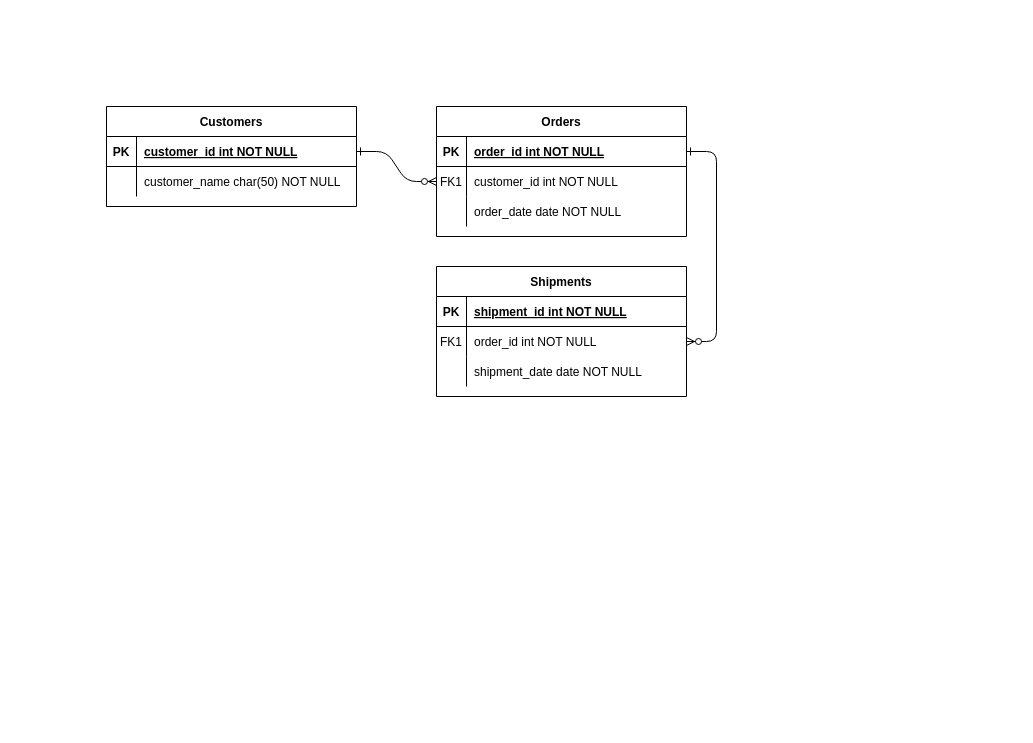
Earlier version of the draw.io diagram Unbenanntes Diagramm.drawio (A13k5-5/CodeProfesseur). Source tidied: cells renumbered, new cells numbered last; positions are measured from the earlier drawing's top-left corner, leaving out a move shared by most shapes. Both pictures are drawn from the tidied source at 100%, with x=0, y=0 at pixel (106, 106).
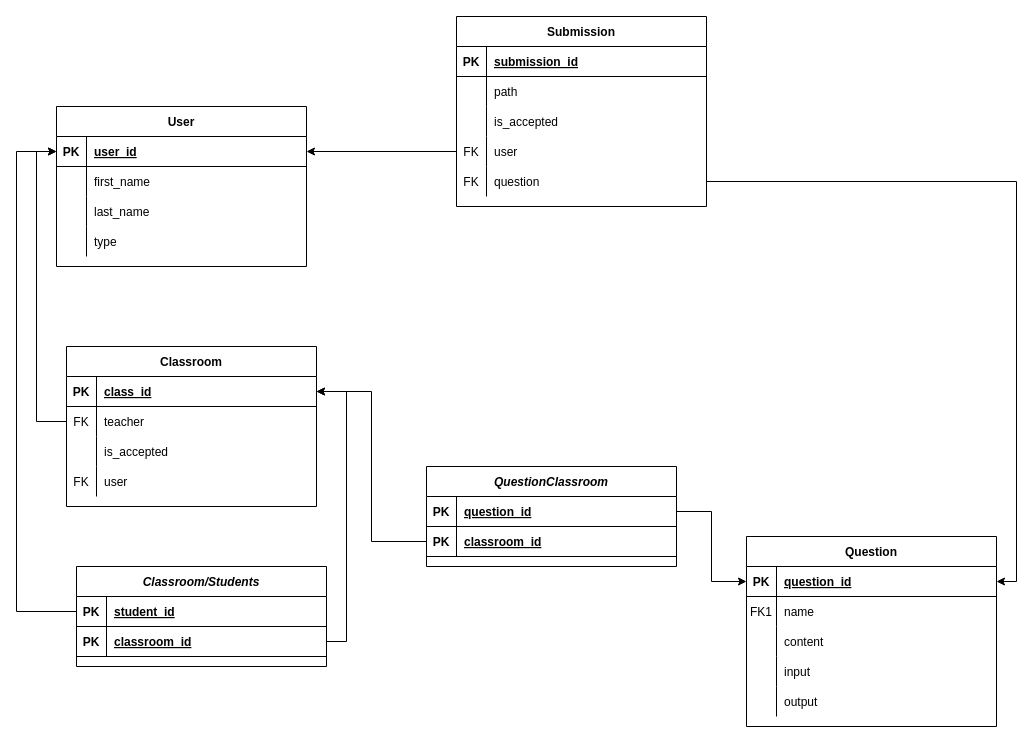
The same diagram, later.

Unchanged cells that the change refers to:
```xml
<mxCell id="5" style="shape=partialRectangle;fillColor=none;points=[[0,0.5],[1,0.5]];portConstraint=eastwest;top=0;left=0;right=0;bottom=1;" parent="4" vertex="1">
  <mxGeometry y="30" width="250" height="30" as="geometry" />
</mxCell>
<mxCell id="8" style="shape=partialRectangle;fillColor=none;points=[[0,0.5],[1,0.5]];portConstraint=eastwest;top=0;left=0;right=0;bottom=0;" parent="4" vertex="1">
  <mxGeometry y="60" width="250" height="30" as="geometry" />
</mxCell>
<mxCell id="11" style="shape=partialRectangle;fillColor=none;top=0;left=0;right=0;bottom=0;" parent="4" vertex="1">
  <mxGeometry y="90" width="250" height="30" as="geometry" />
</mxCell>
<mxCell id="15" style="shape=partialRectangle;fillColor=none;top=0;left=0;right=0;bottom=1;" parent="14" vertex="1">
  <mxGeometry y="30" width="250" height="30" as="geometry" />
</mxCell>
<mxCell id="18" style="shape=partialRectangle;fillColor=none;points=[[0,0.5],[1,0.5]];portConstraint=eastwest;top=0;left=0;right=0;bottom=0;" parent="14" vertex="1">
  <mxGeometry y="60" width="250" height="30" as="geometry" />
</mxCell>
<mxCell id="21" style="shape=partialRectangle;fillColor=none;top=0;left=0;right=0;bottom=0;" parent="14" vertex="1">
  <mxGeometry y="90" width="250" height="30" as="geometry" />
</mxCell>
<mxCell id="25" style="shape=partialRectangle;fillColor=none;points=[[0,0.5],[1,0.5]];portConstraint=eastwest;top=0;left=0;right=0;bottom=1;" parent="24" vertex="1">
  <mxGeometry y="30" width="250" height="30" as="geometry" />
</mxCell>
<mxCell id="28" style="shape=partialRectangle;fillColor=none;top=0;left=0;right=0;bottom=0;" parent="24" vertex="1">
  <mxGeometry y="60" width="250" height="30" as="geometry" />
</mxCell>
```

Change to the diagram source:
```diff
@@
-    <mxCell id="2" style="edgeStyle=entityRelationEdgeStyle;endArrow=ERzeroToMany;startArrow=ERone;endFill=1;startFill=0;" parent="1" edge="1" source="25" target="8">
-      <mxGeometry relative="1" as="geometry" />
-    </mxCell>
-    <mxCell id="3" style="edgeStyle=entityRelationEdgeStyle;endArrow=ERzeroToMany;startArrow=ERone;endFill=1;startFill=0;" parent="1" edge="1" source="5" target="18">
-      <mxGeometry relative="1" as="geometry" />
-    </mxCell>
-    <mxCell id="4" value="Orders" style="shape=table;startSize=30;childLayout=tableLayout;rowLines=0;fontStyle=1;align=center;" parent="1" vertex="1">
-      <mxGeometry x="330" width="250" height="130" as="geometry" />
+    <mxCell id="4" value="Question" style="shape=table;startSize=30;childLayout=tableLayout;rowLines=0;fontStyle=1;align=center;" parent="1" vertex="1">
+      <mxGeometry x="640" y="430" width="250" height="190" as="geometry" />
     </mxCell>
@@
-    <mxCell id="7" value="order_id int NOT NULL " style="shape=partialRectangle;overflow=hidden;fillColor=none;top=0;left=0;bottom=0;right=0;align=left;spacingLeft=6;fontStyle=5;" parent="5" vertex="1">
+    <mxCell id="7" value="question_id" style="shape=partialRectangle;overflow=hidden;fillColor=none;top=0;left=0;bottom=0;right=0;align=left;spacingLeft=6;fontStyle=5;" parent="5" vertex="1">
       <mxGeometry x="30" width="220" height="30" as="geometry" />
     </mxCell>
@@
-    <mxCell id="10" value="customer_id int NOT NULL" style="shape=partialRectangle;overflow=hidden;fillColor=none;top=0;left=0;bottom=0;right=0;align=left;spacingLeft=6;" parent="8" vertex="1">
+    <mxCell id="10" value="name" style="shape=partialRectangle;overflow=hidden;fillColor=none;top=0;left=0;bottom=0;right=0;align=left;spacingLeft=6;" parent="8" vertex="1">
       <mxGeometry x="30" width="220" height="30" as="geometry" />
     </mxCell>
@@
-    <mxCell id="13" value="order_date date NOT NULL" style="shape=partialRectangle;overflow=hidden;fillColor=none;top=0;left=0;bottom=0;right=0;align=left;spacingLeft=6;" parent="11" vertex="1">
+    <mxCell id="13" value="content" style="shape=partialRectangle;overflow=hidden;fillColor=none;top=0;left=0;bottom=0;right=0;align=left;spacingLeft=6;" parent="11" vertex="1">
       <mxGeometry x="30" width="220" height="30" as="geometry" />
     </mxCell>
+    <mxCell id="31" style="shape=partialRectangle;fillColor=none;top=0;left=0;right=0;bottom=0;" parent="4" vertex="1">
+      <mxGeometry y="120" width="250" height="30" as="geometry" />
+    </mxCell>
+    <mxCell id="32" style="shape=partialRectangle;overflow=hidden;fillColor=none;top=0;left=0;bottom=0;right=0;" parent="31" vertex="1">
+      <mxGeometry width="30" height="30" as="geometry" />
+    </mxCell>
+    <mxCell id="33" value="input" style="shape=partialRectangle;overflow=hidden;fillColor=none;top=0;left=0;bottom=0;right=0;align=left;spacingLeft=6;" parent="31" vertex="1">
+      <mxGeometry x="30" width="220" height="30" as="geometry" />
+    </mxCell>
+    <mxCell id="34" style="shape=partialRectangle;fillColor=none;top=0;left=0;right=0;bottom=0;" parent="4" vertex="1">
+      <mxGeometry y="150" width="250" height="30" as="geometry" />
+    </mxCell>
+    <mxCell id="35" style="shape=partialRectangle;overflow=hidden;fillColor=none;top=0;left=0;bottom=0;right=0;" parent="34" vertex="1">
+      <mxGeometry width="30" height="30" as="geometry" />
+    </mxCell>
+    <mxCell id="36" value="output" style="shape=partialRectangle;overflow=hidden;fillColor=none;top=0;left=0;bottom=0;right=0;align=left;spacingLeft=6;" parent="34" vertex="1">
+      <mxGeometry x="30" width="220" height="30" as="geometry" />
+    </mxCell>
-    <mxCell id="14" value="Shipments" style="shape=table;startSize=30;childLayout=tableLayout;rowLines=0;fontStyle=1;align=center;" parent="1" vertex="1">
-      <mxGeometry x="330" y="160" width="250" height="130" as="geometry" />
+    <mxCell id="14" value="Submission" style="shape=table;startSize=30;childLayout=tableLayout;rowLines=0;fontStyle=1;align=center;" parent="1" vertex="1">
+      <mxGeometry x="350" y="-90" width="250" height="190" as="geometry" />
     </mxCell>
@@
-    <mxCell id="17" value="shipment_id int NOT NULL " style="shape=partialRectangle;overflow=hidden;fillColor=none;top=0;left=0;bottom=0;right=0;align=left;spacingLeft=6;fontStyle=5;" parent="15" vertex="1">
+    <mxCell id="17" value="submission_id" style="shape=partialRectangle;overflow=hidden;fillColor=none;top=0;left=0;bottom=0;right=0;align=left;spacingLeft=6;fontStyle=5;" parent="15" vertex="1">
       <mxGeometry x="30" width="220" height="30" as="geometry" />
     </mxCell>
@@
-    <mxCell id="19" value="FK1" style="shape=partialRectangle;overflow=hidden;fillColor=none;top=0;left=0;bottom=0;right=0;" parent="18" vertex="1">
+    <mxCell id="19" style="shape=partialRectangle;overflow=hidden;fillColor=none;top=0;left=0;bottom=0;right=0;" parent="18" vertex="1">
       <mxGeometry width="30" height="30" as="geometry" />
     </mxCell>
-    <mxCell id="20" value="order_id int NOT NULL" style="shape=partialRectangle;overflow=hidden;fillColor=none;top=0;left=0;bottom=0;right=0;align=left;spacingLeft=6;" parent="18" vertex="1">
+    <mxCell id="20" value="path" style="shape=partialRectangle;overflow=hidden;fillColor=none;top=0;left=0;bottom=0;right=0;align=left;spacingLeft=6;" parent="18" vertex="1">
       <mxGeometry x="30" width="220" height="30" as="geometry" />
     </mxCell>
@@
-    <mxCell id="23" value="shipment_date date NOT NULL" style="shape=partialRectangle;overflow=hidden;fillColor=none;top=0;left=0;bottom=0;right=0;align=left;spacingLeft=6;" parent="21" vertex="1">
+    <mxCell id="23" value="is_accepted" style="shape=partialRectangle;overflow=hidden;fillColor=none;top=0;left=0;bottom=0;right=0;align=left;spacingLeft=6;" parent="21" vertex="1">
       <mxGeometry x="30" width="220" height="30" as="geometry" />
     </mxCell>
+    <mxCell id="37" style="shape=partialRectangle;fillColor=none;points=[[0,0.5],[1,0.5]];portConstraint=eastwest;top=0;left=0;right=0;bottom=0;" parent="14" vertex="1">
+      <mxGeometry y="120" width="250" height="30" as="geometry" />
+    </mxCell>
+    <mxCell id="38" value="FK" style="shape=partialRectangle;overflow=hidden;fillColor=none;top=0;left=0;bottom=0;right=0;" parent="37" vertex="1">
+      <mxGeometry width="30" height="30" as="geometry" />
+    </mxCell>
+    <mxCell id="39" value="user" style="shape=partialRectangle;overflow=hidden;fillColor=none;top=0;left=0;bottom=0;right=0;align=left;spacingLeft=6;" parent="37" vertex="1">
+      <mxGeometry x="30" width="220" height="30" as="geometry" />
+    </mxCell>
+    <mxCell id="40" style="shape=partialRectangle;fillColor=none;points=[[0,0.5],[1,0.5]];portConstraint=eastwest;top=0;left=0;right=0;bottom=0;" parent="14" vertex="1">
+      <mxGeometry y="150" width="250" height="30" as="geometry" />
+    </mxCell>
+    <mxCell id="41" value="FK" style="shape=partialRectangle;overflow=hidden;fillColor=none;top=0;left=0;bottom=0;right=0;" parent="40" vertex="1">
+      <mxGeometry width="30" height="30" as="geometry" />
+    </mxCell>
+    <mxCell id="42" value="question" style="shape=partialRectangle;overflow=hidden;fillColor=none;top=0;left=0;bottom=0;right=0;align=left;spacingLeft=6;" parent="40" vertex="1">
+      <mxGeometry x="30" width="220" height="30" as="geometry" />
+    </mxCell>
-    <mxCell id="24" value="Customers" style="shape=table;startSize=30;childLayout=tableLayout;rowLines=0;fontStyle=1;align=center;" parent="1" vertex="1">
-      <mxGeometry width="250" height="100" as="geometry" />
+    <mxCell id="24" value="User" style="shape=table;startSize=30;childLayout=tableLayout;rowLines=0;fontStyle=1;align=center;" parent="1" vertex="1">
+      <mxGeometry x="-50" width="250" height="160" as="geometry" />
     </mxCell>
@@
-    <mxCell id="27" value="customer_id int NOT NULL " style="shape=partialRectangle;overflow=hidden;fillColor=none;top=0;left=0;bottom=0;right=0;align=left;spacingLeft=6;fontStyle=5;" parent="25" vertex="1">
+    <mxCell id="27" value="user_id" style="shape=partialRectangle;overflow=hidden;fillColor=none;top=0;left=0;bottom=0;right=0;align=left;spacingLeft=6;fontStyle=5;" parent="25" vertex="1">
       <mxGeometry x="30" width="220" height="30" as="geometry" />
     </mxCell>
@@
-    <mxCell id="30" value="customer_name char(50) NOT NULL" style="shape=partialRectangle;overflow=hidden;fillColor=none;top=0;left=0;bottom=0;right=0;align=left;spacingLeft=6;" parent="28" vertex="1">
+    <mxCell id="30" value="first_name" style="shape=partialRectangle;overflow=hidden;fillColor=none;top=0;left=0;bottom=0;right=0;align=left;spacingLeft=6;" parent="28" vertex="1">
       <mxGeometry x="30" width="220" height="30" as="geometry" />
     </mxCell>
+    <mxCell id="43" style="shape=partialRectangle;fillColor=none;top=0;left=0;right=0;bottom=0;" parent="24" vertex="1">
+      <mxGeometry y="90" width="250" height="30" as="geometry" />
+    </mxCell>
+    <mxCell id="44" style="shape=partialRectangle;overflow=hidden;fillColor=none;top=0;left=0;bottom=0;right=0;" parent="43" vertex="1">
+      <mxGeometry width="30" height="30" as="geometry" />
+    </mxCell>
+    <mxCell id="45" value="last_name" style="shape=partialRectangle;overflow=hidden;fillColor=none;top=0;left=0;bottom=0;right=0;align=left;spacingLeft=6;" parent="43" vertex="1">
+      <mxGeometry x="30" width="220" height="30" as="geometry" />
+    </mxCell>
+    <mxCell id="46" style="shape=partialRectangle;fillColor=none;top=0;left=0;right=0;bottom=0;" parent="24" vertex="1">
+      <mxGeometry y="120" width="250" height="30" as="geometry" />
+    </mxCell>
+    <mxCell id="47" style="shape=partialRectangle;overflow=hidden;fillColor=none;top=0;left=0;bottom=0;right=0;" parent="46" vertex="1">
+      <mxGeometry width="30" height="30" as="geometry" />
+    </mxCell>
+    <mxCell id="48" value="type" style="shape=partialRectangle;overflow=hidden;fillColor=none;top=0;left=0;bottom=0;right=0;align=left;spacingLeft=6;" parent="46" vertex="1">
+      <mxGeometry x="30" width="220" height="30" as="geometry" />
+    </mxCell>
+    <mxCell id="49" style="edgeStyle=orthogonalEdgeStyle;rounded=0;jettySize=auto;html=1;entryX=1;entryY=0.5;entryDx=0;entryDy=0;" parent="1" edge="1" source="37" target="25">
+      <mxGeometry relative="1" as="geometry" />
+    </mxCell>
+    <mxCell id="50" value="Classroom" style="shape=table;startSize=30;childLayout=tableLayout;rowLines=0;fontStyle=1;align=center;" parent="1" vertex="1">
+      <mxGeometry x="-40" y="240" width="250" height="160" as="geometry" />
+    </mxCell>
+    <mxCell id="51" style="shape=partialRectangle;fillColor=none;points=[[0,0.5],[1,0.5]];portConstraint=eastwest;top=0;left=0;right=0;bottom=1;" parent="50" vertex="1">
+      <mxGeometry y="30" width="250" height="30" as="geometry" />
+    </mxCell>
+    <mxCell id="52" value="PK" style="shape=partialRectangle;overflow=hidden;fillColor=none;top=0;left=0;bottom=0;right=0;fontStyle=1;" parent="51" vertex="1">
+      <mxGeometry width="30" height="30" as="geometry" />
+    </mxCell>
+    <mxCell id="53" value="class_id" style="shape=partialRectangle;overflow=hidden;fillColor=none;top=0;left=0;bottom=0;right=0;align=left;spacingLeft=6;fontStyle=5;" parent="51" vertex="1">
+      <mxGeometry x="30" width="220" height="30" as="geometry" />
+    </mxCell>
+    <mxCell id="54" style="shape=partialRectangle;fillColor=none;points=[[0,0.5],[1,0.5]];portConstraint=eastwest;top=0;left=0;right=0;bottom=0;" parent="50" vertex="1">
+      <mxGeometry y="60" width="250" height="30" as="geometry" />
+    </mxCell>
+    <mxCell id="55" value="FK" style="shape=partialRectangle;overflow=hidden;fillColor=none;top=0;left=0;bottom=0;right=0;" parent="54" vertex="1">
+      <mxGeometry width="30" height="30" as="geometry" />
+    </mxCell>
+    <mxCell id="56" value="teacher" style="shape=partialRectangle;overflow=hidden;fillColor=none;top=0;left=0;bottom=0;right=0;align=left;spacingLeft=6;" parent="54" vertex="1">
+      <mxGeometry x="30" width="220" height="30" as="geometry" />
+    </mxCell>
+    <mxCell id="57" style="shape=partialRectangle;fillColor=none;top=0;left=0;right=0;bottom=0;" parent="50" vertex="1">
+      <mxGeometry y="90" width="250" height="30" as="geometry" />
+    </mxCell>
+    <mxCell id="58" style="shape=partialRectangle;overflow=hidden;fillColor=none;top=0;left=0;bottom=0;right=0;" parent="57" vertex="1">
+      <mxGeometry width="30" height="30" as="geometry" />
+    </mxCell>
+    <mxCell id="59" value="is_accepted" style="shape=partialRectangle;overflow=hidden;fillColor=none;top=0;left=0;bottom=0;right=0;align=left;spacingLeft=6;" parent="57" vertex="1">
+      <mxGeometry x="30" width="220" height="30" as="geometry" />
+    </mxCell>
+    <mxCell id="60" style="shape=partialRectangle;fillColor=none;top=0;left=0;right=0;bottom=0;" parent="50" vertex="1">
+      <mxGeometry y="120" width="250" height="30" as="geometry" />
+    </mxCell>
+    <mxCell id="61" value="FK" style="shape=partialRectangle;overflow=hidden;fillColor=none;top=0;left=0;bottom=0;right=0;" parent="60" vertex="1">
+      <mxGeometry width="30" height="30" as="geometry" />
+    </mxCell>
+    <mxCell id="62" value="user" style="shape=partialRectangle;overflow=hidden;fillColor=none;top=0;left=0;bottom=0;right=0;align=left;spacingLeft=6;" parent="60" vertex="1">
+      <mxGeometry x="30" width="220" height="30" as="geometry" />
+    </mxCell>
+    <mxCell id="63" style="edgeStyle=orthogonalEdgeStyle;rounded=0;jettySize=auto;html=1;exitX=0;exitY=0.5;exitDx=0;exitDy=0;entryX=0;entryY=0.5;entryDx=0;entryDy=0;" parent="1" edge="1" source="54" target="25">
+      <mxGeometry relative="1" as="geometry" />
+    </mxCell>
+    <mxCell id="64" style="edgeStyle=orthogonalEdgeStyle;rounded=0;jettySize=auto;html=1;exitX=1;exitY=0.5;exitDx=0;exitDy=0;entryX=1;entryY=0.5;entryDx=0;entryDy=0;" parent="1" edge="1" source="40" target="5">
+      <mxGeometry relative="1" as="geometry" />
+    </mxCell>
+    <mxCell id="65" value="Classroom/Students" style="shape=table;startSize=30;childLayout=tableLayout;rowLines=0;fontStyle=3;align=center;" parent="1" vertex="1">
+      <mxGeometry x="-30" y="460" width="250" height="100" as="geometry" />
+    </mxCell>
+    <mxCell id="66" style="shape=partialRectangle;fillColor=none;points=[[0,0.5],[1,0.5]];portConstraint=eastwest;top=0;left=0;right=0;bottom=1;" parent="65" vertex="1">
+      <mxGeometry y="30" width="250" height="30" as="geometry" />
+    </mxCell>
+    <mxCell id="67" value="PK" style="shape=partialRectangle;overflow=hidden;fillColor=none;top=0;left=0;bottom=0;right=0;fontStyle=1;" parent="66" vertex="1">
+      <mxGeometry width="30" height="30" as="geometry" />
+    </mxCell>
+    <mxCell id="68" value="student_id" style="shape=partialRectangle;overflow=hidden;fillColor=none;top=0;left=0;bottom=0;right=0;align=left;spacingLeft=6;fontStyle=5;" parent="66" vertex="1">
+      <mxGeometry x="30" width="220" height="30" as="geometry" />
+    </mxCell>
+    <mxCell id="69" style="shape=partialRectangle;fillColor=none;points=[[0,0.5],[1,0.5]];portConstraint=eastwest;top=0;left=0;right=0;bottom=1;" parent="65" vertex="1">
+      <mxGeometry y="60" width="250" height="30" as="geometry" />
+    </mxCell>
+    <mxCell id="70" value="PK" style="shape=partialRectangle;overflow=hidden;fillColor=none;top=0;left=0;bottom=0;right=0;fontStyle=1;" parent="69" vertex="1">
+      <mxGeometry width="30" height="30" as="geometry" />
+    </mxCell>
+    <mxCell id="71" value="classroom_id" style="shape=partialRectangle;overflow=hidden;fillColor=none;top=0;left=0;bottom=0;right=0;align=left;spacingLeft=6;fontStyle=5;" parent="69" vertex="1">
+      <mxGeometry x="30" width="220" height="30" as="geometry" />
+    </mxCell>
+    <mxCell id="72" style="edgeStyle=orthogonalEdgeStyle;rounded=0;jettySize=auto;html=1;exitX=0;exitY=0.5;exitDx=0;exitDy=0;entryX=0;entryY=0.5;entryDx=0;entryDy=0;" parent="1" edge="1" source="66" target="25">
+      <mxGeometry relative="1" as="geometry">
+        <Array as="points">
+          <mxPoint x="-90" y="505" />
+          <mxPoint x="-90" y="45" />
+        </Array>
+      </mxGeometry>
+    </mxCell>
+    <mxCell id="73" value="QuestionClassroom" style="shape=table;startSize=30;childLayout=tableLayout;rowLines=0;fontStyle=3;align=center;" parent="1" vertex="1">
+      <mxGeometry x="320" y="360" width="250" height="100" as="geometry" />
+    </mxCell>
+    <mxCell id="74" style="shape=partialRectangle;fillColor=none;points=[[0,0.5],[1,0.5]];portConstraint=eastwest;top=0;left=0;right=0;bottom=1;" parent="73" vertex="1">
+      <mxGeometry y="30" width="250" height="30" as="geometry" />
+    </mxCell>
+    <mxCell id="75" value="PK" style="shape=partialRectangle;overflow=hidden;fillColor=none;top=0;left=0;bottom=0;right=0;fontStyle=1;" parent="74" vertex="1">
+      <mxGeometry width="30" height="30" as="geometry" />
+    </mxCell>
+    <mxCell id="76" value="question_id" style="shape=partialRectangle;overflow=hidden;fillColor=none;top=0;left=0;bottom=0;right=0;align=left;spacingLeft=6;fontStyle=5;" parent="74" vertex="1">
+      <mxGeometry x="30" width="220" height="30" as="geometry" />
+    </mxCell>
+    <mxCell id="77" style="shape=partialRectangle;fillColor=none;points=[[0,0.5],[1,0.5]];portConstraint=eastwest;top=0;left=0;right=0;bottom=1;" parent="73" vertex="1">
+      <mxGeometry y="60" width="250" height="30" as="geometry" />
+    </mxCell>
+    <mxCell id="78" value="PK" style="shape=partialRectangle;overflow=hidden;fillColor=none;top=0;left=0;bottom=0;right=0;fontStyle=1;" parent="77" vertex="1">
+      <mxGeometry width="30" height="30" as="geometry" />
+    </mxCell>
+    <mxCell id="79" value="classroom_id" style="shape=partialRectangle;overflow=hidden;fillColor=none;top=0;left=0;bottom=0;right=0;align=left;spacingLeft=6;fontStyle=5;" parent="77" vertex="1">
+      <mxGeometry x="30" width="220" height="30" as="geometry" />
+    </mxCell>
+    <mxCell id="80" style="edgeStyle=orthogonalEdgeStyle;rounded=0;jettySize=auto;html=1;exitX=1;exitY=0.5;exitDx=0;exitDy=0;entryX=1;entryY=0.5;entryDx=0;entryDy=0;" parent="1" edge="1" source="69" target="51">
+      <mxGeometry relative="1" as="geometry" />
+    </mxCell>
+    <mxCell id="81" style="edgeStyle=orthogonalEdgeStyle;rounded=0;jettySize=auto;html=1;exitX=1;exitY=0.5;exitDx=0;exitDy=0;entryX=0;entryY=0.5;entryDx=0;entryDy=0;" parent="1" edge="1" source="74" target="5">
+      <mxGeometry relative="1" as="geometry" />
+    </mxCell>
+    <mxCell id="82" style="edgeStyle=orthogonalEdgeStyle;rounded=0;jettySize=auto;html=1;exitX=0;exitY=0.5;exitDx=0;exitDy=0;entryX=1;entryY=0.5;entryDx=0;entryDy=0;" parent="1" edge="1" source="77" target="51">
+      <mxGeometry relative="1" as="geometry" />
+    </mxCell>
```
